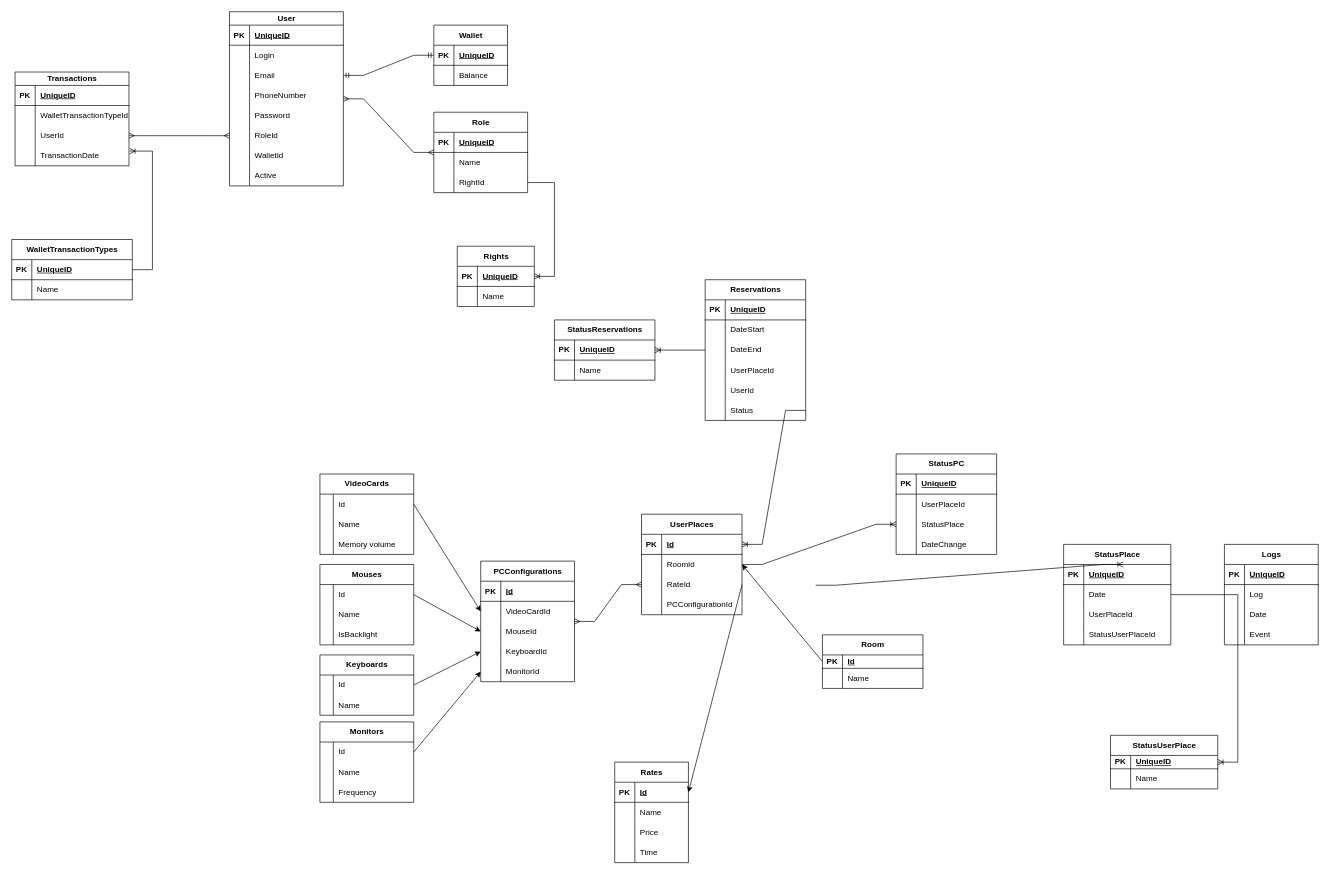
The draw.io diagram ER night-meerkats.drawio in IIeasyII/night-meerkats, before the edit. Source tidied: cells renumbered, new cells numbered last; positions are measured from the earlier drawing's top-left corner, leaving out a move shared by most shapes. Both pictures are drawn from the tidied source at 67%, with x=0, y=0 at pixel (11, 11).
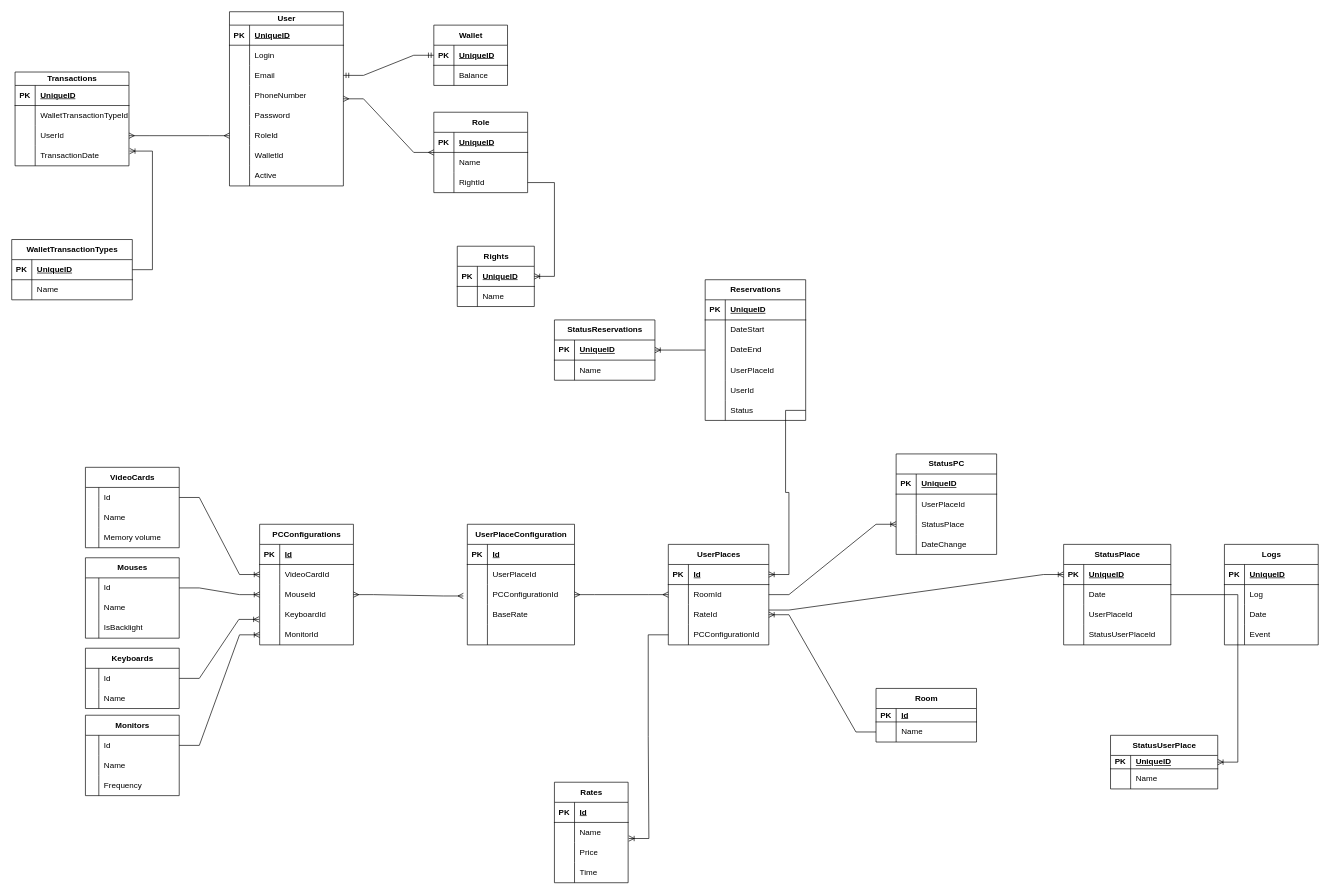
The same page after the edit.

Unchanged cells that the change refers to:
```xml
<mxCell id="55" style="shape=tableRow;horizontal=0;startSize=0;swimlaneHead=0;swimlaneBody=0;fillColor=none;points=[[0,0.5],[1,0.5]];portConstraint=eastwest;top=0;left=0;right=0;bottom=0;" parent="51" vertex="1">
  <mxGeometry y="60" width="140" height="30" as="geometry" />
</mxCell>
<mxCell id="58" style="shape=tableRow;horizontal=0;startSize=0;swimlaneHead=0;swimlaneBody=0;fillColor=none;points=[[0,0.5],[1,0.5]];portConstraint=eastwest;top=0;left=0;right=0;bottom=0;" parent="51" vertex="1">
  <mxGeometry y="90" width="140" height="30" as="geometry" />
</mxCell>
<mxCell id="61" style="shape=tableRow;horizontal=0;startSize=0;swimlaneHead=0;swimlaneBody=0;fillColor=none;points=[[0,0.5],[1,0.5]];portConstraint=eastwest;top=0;left=0;right=0;bottom=0;" parent="51" vertex="1">
  <mxGeometry y="120" width="140" height="30" as="geometry" />
</mxCell>
<mxCell id="64" style="shape=tableRow;horizontal=0;startSize=0;swimlaneHead=0;swimlaneBody=0;fillColor=none;points=[[0,0.5],[1,0.5]];portConstraint=eastwest;top=0;left=0;right=0;bottom=0;" parent="51" vertex="1">
  <mxGeometry y="150" width="140" height="30" as="geometry" />
</mxCell>
<mxCell id="68" style="shape=tableRow;horizontal=0;startSize=0;swimlaneHead=0;swimlaneBody=0;fillColor=none;points=[[0,0.5],[1,0.5]];portConstraint=eastwest;top=0;left=0;right=0;bottom=1;" parent="67" vertex="1">
  <mxGeometry y="30" width="110" height="30" as="geometry" />
</mxCell>
<mxCell id="71" style="shape=tableRow;horizontal=0;startSize=0;swimlaneHead=0;swimlaneBody=0;fillColor=none;points=[[0,0.5],[1,0.5]];portConstraint=eastwest;top=0;left=0;right=0;bottom=0;" parent="67" vertex="1">
  <mxGeometry y="60" width="110" height="30" as="geometry" />
</mxCell>
<mxCell id="81" style="shape=tableRow;horizontal=0;startSize=0;swimlaneHead=0;swimlaneBody=0;fillColor=none;points=[[0,0.5],[1,0.5]];portConstraint=eastwest;top=0;left=0;right=0;bottom=1;" parent="80" vertex="1">
  <mxGeometry y="30" width="150" height="20" as="geometry" />
</mxCell>
<mxCell id="84" style="shape=tableRow;horizontal=0;startSize=0;swimlaneHead=0;swimlaneBody=0;fillColor=none;points=[[0,0.5],[1,0.5]];portConstraint=eastwest;top=0;left=0;right=0;bottom=0;" parent="80" vertex="1">
  <mxGeometry y="50" width="150" height="30" as="geometry" />
</mxCell>
<mxCell id="91" style="shape=tableRow;horizontal=0;startSize=0;swimlaneHead=0;swimlaneBody=0;fillColor=none;points=[[0,0.5],[1,0.5]];portConstraint=eastwest;top=0;left=0;right=0;bottom=0;" parent="87" vertex="1">
  <mxGeometry y="60" width="150" height="30" as="geometry" />
</mxCell>
<mxCell id="94" style="shape=tableRow;horizontal=0;startSize=0;swimlaneHead=0;swimlaneBody=0;fillColor=none;points=[[0,0.5],[1,0.5]];portConstraint=eastwest;top=0;left=0;right=0;bottom=0;" parent="87" vertex="1">
  <mxGeometry y="90" width="150" height="30" as="geometry" />
</mxCell>
<mxCell id="97" style="shape=tableRow;horizontal=0;startSize=0;swimlaneHead=0;swimlaneBody=0;fillColor=none;points=[[0,0.5],[1,0.5]];portConstraint=eastwest;top=0;left=0;right=0;bottom=0;" parent="87" vertex="1">
  <mxGeometry y="120" width="150" height="30" as="geometry" />
</mxCell>
<mxCell id="101" style="shape=tableRow;horizontal=0;startSize=0;swimlaneHead=0;swimlaneBody=0;fillColor=none;points=[[0,0.5],[1,0.5]];portConstraint=eastwest;top=0;left=0;right=0;bottom=1;" parent="100" vertex="1">
  <mxGeometry y="30" width="160" height="30" as="geometry" />
</mxCell>
<mxCell id="204" style="shape=tableRow;horizontal=0;startSize=0;swimlaneHead=0;swimlaneBody=0;fillColor=none;points=[[0,0.5],[1,0.5]];portConstraint=eastwest;top=0;left=0;right=0;bottom=0;" parent="203" vertex="1">
  <mxGeometry y="30" width="140" height="30" as="geometry" />
</mxCell>
<mxCell id="215" style="shape=tableRow;horizontal=0;startSize=0;swimlaneHead=0;swimlaneBody=0;fillColor=none;points=[[0,0.5],[1,0.5]];portConstraint=eastwest;top=0;left=0;right=0;bottom=0;" parent="214" vertex="1">
  <mxGeometry y="30" width="140" height="30" as="geometry" />
</mxCell>
<mxCell id="226" style="shape=tableRow;horizontal=0;startSize=0;swimlaneHead=0;swimlaneBody=0;fillColor=none;points=[[0,0.5],[1,0.5]];portConstraint=eastwest;top=0;left=0;right=0;bottom=0;" parent="225" vertex="1">
  <mxGeometry y="30" width="140" height="30" as="geometry" />
</mxCell>
<mxCell id="233" style="shape=tableRow;horizontal=0;startSize=0;swimlaneHead=0;swimlaneBody=0;fillColor=none;points=[[0,0.5],[1,0.5]];portConstraint=eastwest;top=0;left=0;right=0;bottom=0;" parent="232" vertex="1">
  <mxGeometry y="30" width="140" height="30" as="geometry" />
</mxCell>
```

Change to the diagram source:
```diff
@@
     <mxCell id="51" value="PCConfigurations" style="shape=table;startSize=30;childLayout=tableLayout;rowLines=0;fontStyle=1;align=center;html=1;" parent="1" vertex="1">
-      <mxGeometry x="700" y="820" width="140" height="180" as="geometry" />
+      <mxGeometry x="370" y="765" width="140" height="180" as="geometry" />
     </mxCell>
@@
     <mxCell id="67" value="Rates" style="shape=table;startSize=30;childLayout=tableLayout;rowLines=0;fontStyle=1;align=center;html=1;" parent="1" vertex="1">
-      <mxGeometry x="900" y="1120" width="110" height="150" as="geometry" />
+      <mxGeometry x="810" y="1150" width="110" height="150" as="geometry" />
     </mxCell>
@@
     <mxCell id="80" value="Room" style="shape=table;startSize=30;childLayout=tableLayout;rowLines=0;fontStyle=1;align=center;html=1;" parent="1" vertex="1">
-      <mxGeometry x="1210" y="930" width="150" height="80" as="geometry" />
+      <mxGeometry x="1290" y="1010" width="150" height="80" as="geometry" />
     </mxCell>
@@
     <mxCell id="87" value="UserPlaces" style="shape=table;startSize=30;childLayout=tableLayout;rowLines=0;fontStyle=1;align=center;html=1;" parent="1" vertex="1">
-      <mxGeometry x="940" y="750" width="150" height="150" as="geometry" />
+      <mxGeometry x="980" y="795" width="150" height="150" as="geometry" />
     </mxCell>
@@
-    <mxCell id="182" style="edgeStyle=entityRelationEdgeStyle;fontSize=12;html=1;endArrow=ERoneToMany;rounded=0;entryX=-0.006;entryY=-0.033;entryDx=0;entryDy=0;entryPerimeter=0;" parent="1" edge="1">
+    <mxCell id="182" style="edgeStyle=entityRelationEdgeStyle;fontSize=12;html=1;endArrow=ERoneToMany;rounded=0;entryX=0;entryY=0.5;entryDx=0;entryDy=0;exitX=1;exitY=0.267;exitDx=0;exitDy=0;exitPerimeter=0;" parent="1" edge="1" source="94" target="101">
       <mxGeometry relative="1" as="geometry">
-        <mxPoint x="1200" y="856" as="sourcePoint" />
-        <mxPoint x="1659" y="825" as="targetPoint" />
         <Array as="points">
-          <mxPoint x="1330" y="851" />
-          <mxPoint x="1310" y="931" />
-          <mxPoint x="1330" y="841" />
-          <mxPoint x="1320" y="881" />
-          <mxPoint x="1410" y="881" />
-          <mxPoint x="1330" y="851" />
-          <mxPoint x="1350" y="871" />
-          <mxPoint x="1340" y="861" />
-          <mxPoint x="1360" y="911" />
-          <mxPoint x="1360" y="891" />
+          <mxPoint x="1295.5" y="876" />
+          <mxPoint x="1275.5" y="956" />
+          <mxPoint x="1295.5" y="866" />
+          <mxPoint x="1285.5" y="906" />
+          <mxPoint x="1375.5" y="906" />
+          <mxPoint x="1295.5" y="876" />
+          <mxPoint x="1315.5" y="896" />
+          <mxPoint x="1305.5" y="886" />
+          <mxPoint x="1325.5" y="936" />
+          <mxPoint x="1325.5" y="916" />
         </Array>
       </mxGeometry>
     </mxCell>
@@
-    <mxCell id="186" style="edgeStyle=entityRelationEdgeStyle;fontSize=12;html=1;endArrow=ERmany;startArrow=ERmany;rounded=0;" parent="1" edge="1" source="51" target="94">
-      <mxGeometry relative="1" as="geometry" />
-    </mxCell>
@@
     <mxCell id="203" value="VideoCards" style="shape=table;startSize=30;childLayout=tableLayout;rowLines=0;fontStyle=1;align=center;html=1;" parent="1" vertex="1">
-      <mxGeometry x="460" y="690" width="140" height="120" as="geometry" />
+      <mxGeometry x="110" y="680" width="140" height="120" as="geometry" />
     </mxCell>
@@
-    <mxCell id="213" style="endArrow=classic;html=1;rounded=0;exitX=1;exitY=0.5;exitDx=0;exitDy=0;entryX=0;entryY=0.5;entryDx=0;entryDy=0;" parent="1" edge="1" source="204" target="55">
-      <mxGeometry relative="1" as="geometry" />
-    </mxCell>
     <mxCell id="214" value="Mouses" style="shape=table;startSize=30;childLayout=tableLayout;rowLines=0;fontStyle=1;align=center;html=1;" parent="1" vertex="1">
-      <mxGeometry x="460" y="825" width="140" height="120" as="geometry" />
+      <mxGeometry x="110" y="815" width="140" height="120" as="geometry" />
     </mxCell>
@@
-    <mxCell id="224" style="endArrow=classic;html=1;rounded=0;exitX=1;exitY=0.5;exitDx=0;exitDy=0;entryX=0;entryY=0.5;entryDx=0;entryDy=0;" parent="1" edge="1" source="215" target="58">
-      <mxGeometry relative="1" as="geometry" />
-    </mxCell>
     <mxCell id="225" value="Keyboards" style="shape=table;startSize=30;childLayout=tableLayout;rowLines=0;fontStyle=1;align=center;html=1;" parent="1" vertex="1">
-      <mxGeometry x="460" y="960" width="140" height="90" as="geometry" />
+      <mxGeometry x="110" y="950" width="140" height="90" as="geometry" />
     </mxCell>
@@
     <mxCell id="232" value="Monitors" style="shape=table;startSize=30;childLayout=tableLayout;rowLines=0;fontStyle=1;align=center;html=1;" parent="1" vertex="1">
-      <mxGeometry x="460" y="1060" width="140" height="120" as="geometry" />
+      <mxGeometry x="110" y="1050" width="140" height="120" as="geometry" />
     </mxCell>
@@
+    <mxCell id="246" style="edgeStyle=entityRelationEdgeStyle;fontSize=12;html=1;endArrow=ERoneToMany;rounded=0;entryX=1.009;entryY=0.8;entryDx=0;entryDy=0;entryPerimeter=0;exitX=0;exitY=0.5;exitDx=0;exitDy=0;" parent="1" edge="1" source="97" target="71">
+      <mxGeometry relative="1" as="geometry">
+        <Array as="points">
+          <mxPoint x="1200" y="1236" />
+          <mxPoint x="1180" y="1316" />
+          <mxPoint x="1200" y="1226" />
+          <mxPoint x="1190" y="1266" />
+          <mxPoint x="1280" y="1266" />
+          <mxPoint x="1200" y="1236" />
+          <mxPoint x="1220" y="1256" />
+          <mxPoint x="1210" y="1246" />
+          <mxPoint x="1230" y="1296" />
+          <mxPoint x="1230" y="1276" />
+        </Array>
+      </mxGeometry>
+    </mxCell>
+    <mxCell id="243" style="edgeStyle=entityRelationEdgeStyle;fontSize=12;html=1;endArrow=ERoneToMany;rounded=0;exitX=1;exitY=0.5;exitDx=0;exitDy=0;" parent="1" edge="1" source="233" target="64">
+      <mxGeometry relative="1" as="geometry">
+        <Array as="points">
+          <mxPoint x="540" y="1436" />
+          <mxPoint x="520" y="1516" />
+          <mxPoint x="540" y="1426" />
+          <mxPoint x="530" y="1466" />
+          <mxPoint x="620" y="1466" />
+          <mxPoint x="540" y="1436" />
+          <mxPoint x="560" y="1456" />
+          <mxPoint x="550" y="1446" />
+          <mxPoint x="570" y="1496" />
+          <mxPoint x="570" y="1476" />
+        </Array>
+      </mxGeometry>
+    </mxCell>
-    <mxCell id="242" style="endArrow=classic;html=1;rounded=0;exitX=1;exitY=0.5;exitDx=0;exitDy=0;entryX=0;entryY=0.5;entryDx=0;entryDy=0;" parent="1" edge="1" source="226" target="61">
-      <mxGeometry relative="1" as="geometry" />
+    <mxCell id="242" style="edgeStyle=entityRelationEdgeStyle;fontSize=12;html=1;endArrow=ERoneToMany;rounded=0;exitX=1;exitY=0.5;exitDx=0;exitDy=0;entryX=-0.007;entryY=0.733;entryDx=0;entryDy=0;entryPerimeter=0;" parent="1" edge="1" source="226" target="61">
+      <mxGeometry relative="1" as="geometry">
+        <Array as="points">
+          <mxPoint x="555" y="1341" />
+          <mxPoint x="535" y="1421" />
+          <mxPoint x="555" y="1331" />
+          <mxPoint x="545" y="1371" />
+          <mxPoint x="635" y="1371" />
+          <mxPoint x="555" y="1341" />
+          <mxPoint x="575" y="1361" />
+          <mxPoint x="565" y="1351" />
+          <mxPoint x="585" y="1401" />
+          <mxPoint x="585" y="1381" />
+        </Array>
+      </mxGeometry>
     </mxCell>
-    <mxCell id="243" style="endArrow=classic;html=1;rounded=0;exitX=1;exitY=0.5;exitDx=0;exitDy=0;entryX=0;entryY=0.5;entryDx=0;entryDy=0;" parent="1" edge="1" source="233" target="64">
-      <mxGeometry relative="1" as="geometry" />
-    </mxCell>
-    <mxCell id="244" style="endArrow=classic;html=1;rounded=0;exitX=0;exitY=0.5;exitDx=0;exitDy=0;entryX=1;entryY=0.5;entryDx=0;entryDy=0;" parent="1" edge="1" source="81" target="91">
-      <mxGeometry relative="1" as="geometry" />
-    </mxCell>
-    <mxCell id="245" style="endArrow=classic;html=1;rounded=0;exitX=1;exitY=0.5;exitDx=0;exitDy=0;entryX=1;entryY=0.5;entryDx=0;entryDy=0;" parent="1" edge="1" source="94" target="68">
-      <mxGeometry relative="1" as="geometry" />
-    </mxCell>
+    <mxCell id="224" style="edgeStyle=entityRelationEdgeStyle;fontSize=12;html=1;endArrow=ERoneToMany;rounded=0;entryX=0;entryY=0.5;entryDx=0;entryDy=0;" parent="1" edge="1" source="215" target="58">
+      <mxGeometry relative="1" as="geometry">
+        <Array as="points">
+          <mxPoint x="555" y="1279" />
+          <mxPoint x="535" y="1359" />
+          <mxPoint x="555" y="1269" />
+          <mxPoint x="545" y="1309" />
+          <mxPoint x="635" y="1309" />
+          <mxPoint x="555" y="1279" />
+          <mxPoint x="575" y="1299" />
+          <mxPoint x="565" y="1289" />
+          <mxPoint x="585" y="1339" />
+          <mxPoint x="585" y="1319" />
+        </Array>
+      </mxGeometry>
+    </mxCell>
+    <mxCell id="213" style="edgeStyle=entityRelationEdgeStyle;fontSize=12;html=1;endArrow=ERoneToMany;rounded=0;entryX=0;entryY=0.5;entryDx=0;entryDy=0;exitX=1;exitY=0.5;exitDx=0;exitDy=0;" parent="1" edge="1" source="204" target="55">
+      <mxGeometry relative="1" as="geometry">
+        <Array as="points">
+          <mxPoint x="575" y="1164" />
+          <mxPoint x="555" y="1244" />
+          <mxPoint x="575" y="1154" />
+          <mxPoint x="565" y="1194" />
+          <mxPoint x="655" y="1194" />
+          <mxPoint x="575" y="1164" />
+          <mxPoint x="595" y="1184" />
+          <mxPoint x="585" y="1174" />
+          <mxPoint x="605" y="1224" />
+          <mxPoint x="605" y="1204" />
+        </Array>
+      </mxGeometry>
+    </mxCell>
+    <mxCell id="247" style="edgeStyle=entityRelationEdgeStyle;fontSize=12;html=1;endArrow=ERoneToMany;rounded=0;entryX=1;entryY=0.5;entryDx=0;entryDy=0;exitX=0;exitY=0.5;exitDx=0;exitDy=0;" parent="1" edge="1" source="84" target="94">
+      <mxGeometry relative="1" as="geometry">
+        <Array as="points">
+          <mxPoint x="1475" y="1469" />
+          <mxPoint x="1520" y="1160" />
+          <mxPoint x="1455" y="1549" />
+          <mxPoint x="1475" y="1459" />
+          <mxPoint x="1465" y="1499" />
+          <mxPoint x="1555" y="1499" />
+          <mxPoint x="1475" y="1469" />
+          <mxPoint x="1495" y="1489" />
+          <mxPoint x="1485" y="1479" />
+          <mxPoint x="1505" y="1529" />
+          <mxPoint x="1505" y="1509" />
+        </Array>
+      </mxGeometry>
+    </mxCell>
+    <mxCell id="248" value="UserPlaceConfiguration" style="shape=table;startSize=30;childLayout=tableLayout;rowLines=0;fontStyle=1;align=center;html=1;" parent="1" vertex="1">
+      <mxGeometry x="680" y="765" width="160" height="180" as="geometry" />
+    </mxCell>
+    <mxCell id="249" style="shape=tableRow;horizontal=0;startSize=0;swimlaneHead=0;swimlaneBody=0;fillColor=none;top=0;left=0;right=0;bottom=1;" parent="248" vertex="1">
+      <mxGeometry y="30" width="160" height="30" as="geometry" />
+    </mxCell>
+    <mxCell id="250" value="PK" style="shape=partialRectangle;fillColor=none;top=0;left=0;bottom=0;right=0;fontStyle=1;overflow=hidden;whiteSpace=wrap;html=1;" parent="249" vertex="1">
+      <mxGeometry width="30" height="30" as="geometry" />
+    </mxCell>
+    <mxCell id="251" value="Id" style="shape=partialRectangle;fillColor=none;top=0;left=0;bottom=0;right=0;align=left;spacingLeft=6;fontStyle=5;overflow=hidden;whiteSpace=wrap;html=1;" parent="249" vertex="1">
+      <mxGeometry x="30" width="130" height="30" as="geometry" />
+    </mxCell>
+    <mxCell id="252" style="shape=tableRow;horizontal=0;startSize=0;swimlaneHead=0;swimlaneBody=0;fillColor=none;top=0;left=0;right=0;bottom=0;" parent="248" vertex="1">
+      <mxGeometry y="60" width="160" height="30" as="geometry" />
+    </mxCell>
+    <mxCell id="253" style="shape=partialRectangle;fillColor=none;top=0;left=0;bottom=0;right=0;overflow=hidden;whiteSpace=wrap;html=1;" parent="252" vertex="1">
+      <mxGeometry width="30" height="30" as="geometry" />
+    </mxCell>
+    <mxCell id="254" value="UserPlaceId" style="shape=partialRectangle;fillColor=none;top=0;left=0;bottom=0;right=0;align=left;spacingLeft=6;overflow=hidden;whiteSpace=wrap;html=1;" parent="252" vertex="1">
+      <mxGeometry x="30" width="130" height="30" as="geometry" />
+    </mxCell>
+    <mxCell id="255" style="shape=tableRow;horizontal=0;startSize=0;swimlaneHead=0;swimlaneBody=0;fillColor=none;points=[[0,0.5],[1,0.5]];portConstraint=eastwest;top=0;left=0;right=0;bottom=0;" parent="248" vertex="1">
+      <mxGeometry y="90" width="160" height="30" as="geometry" />
+    </mxCell>
+    <mxCell id="256" style="shape=partialRectangle;fillColor=none;top=0;left=0;bottom=0;right=0;overflow=hidden;whiteSpace=wrap;html=1;" parent="255" vertex="1">
+      <mxGeometry width="30" height="30" as="geometry" />
+    </mxCell>
+    <mxCell id="257" value="PCConfigurationId" style="shape=partialRectangle;fillColor=none;top=0;left=0;bottom=0;right=0;align=left;spacingLeft=6;overflow=hidden;whiteSpace=wrap;html=1;" parent="255" vertex="1">
+      <mxGeometry x="30" width="130" height="30" as="geometry" />
+    </mxCell>
+    <mxCell id="258" style="shape=tableRow;horizontal=0;startSize=0;swimlaneHead=0;swimlaneBody=0;fillColor=none;top=0;left=0;right=0;bottom=0;" parent="248" vertex="1">
+      <mxGeometry y="120" width="160" height="30" as="geometry" />
+    </mxCell>
+    <mxCell id="259" style="shape=partialRectangle;fillColor=none;top=0;left=0;bottom=0;right=0;overflow=hidden;whiteSpace=wrap;html=1;" parent="258" vertex="1">
+      <mxGeometry width="30" height="30" as="geometry" />
+    </mxCell>
+    <mxCell id="260" value="BaseRate" style="shape=partialRectangle;fillColor=none;top=0;left=0;bottom=0;right=0;align=left;spacingLeft=6;overflow=hidden;whiteSpace=wrap;html=1;" parent="258" vertex="1">
+      <mxGeometry x="30" width="130" height="30" as="geometry" />
+    </mxCell>
+    <mxCell id="261" style="shape=tableRow;horizontal=0;startSize=0;swimlaneHead=0;swimlaneBody=0;fillColor=none;top=0;left=0;right=0;bottom=0;" parent="248" vertex="1">
+      <mxGeometry y="150" width="160" height="30" as="geometry" />
+    </mxCell>
+    <mxCell id="262" style="shape=partialRectangle;fillColor=none;top=0;left=0;bottom=0;right=0;overflow=hidden;whiteSpace=wrap;html=1;" parent="261" vertex="1">
+      <mxGeometry width="30" height="30" as="geometry" />
+    </mxCell>
+    <mxCell id="263" style="shape=partialRectangle;fillColor=none;top=0;left=0;bottom=0;right=0;align=left;spacingLeft=6;overflow=hidden;whiteSpace=wrap;html=1;" parent="261" vertex="1">
+      <mxGeometry x="30" width="130" height="30" as="geometry" />
+    </mxCell>
+    <mxCell id="264" style="edgeStyle=entityRelationEdgeStyle;fontSize=12;html=1;endArrow=ERmany;startArrow=ERmany;rounded=0;entryX=-0.037;entryY=0.567;entryDx=0;entryDy=0;entryPerimeter=0;" parent="1" edge="1" source="58" target="255">
+      <mxGeometry relative="1" as="geometry" />
+    </mxCell>
+    <mxCell id="265" style="edgeStyle=entityRelationEdgeStyle;fontSize=12;html=1;endArrow=ERmany;startArrow=ERmany;rounded=0;exitX=1;exitY=0.5;exitDx=0;exitDy=0;entryX=0;entryY=0.5;entryDx=0;entryDy=0;" parent="1" edge="1" source="255" target="91">
+      <mxGeometry relative="1" as="geometry" />
+    </mxCell>
```
